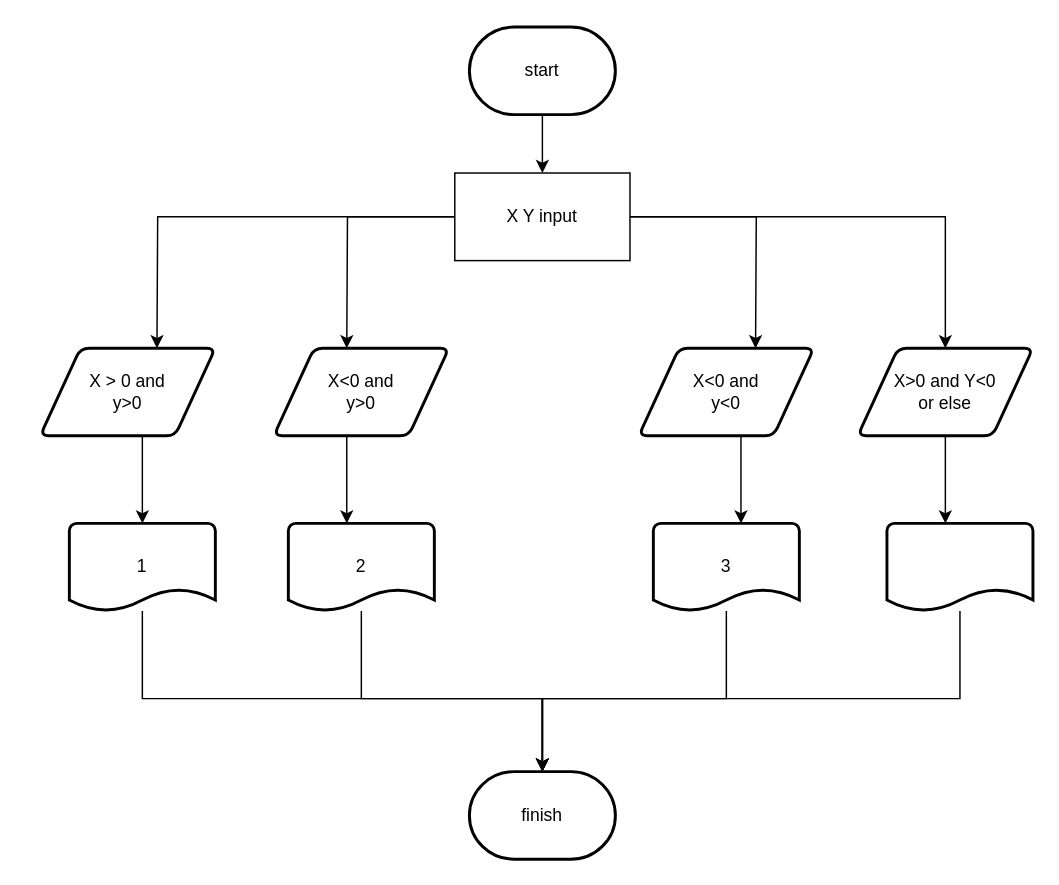
The draw.io diagram stage/02_conditional/14681.drawio in Gyeongrok-Oh/boj, before the edit. Source tidied: cells renumbered, new cells numbered last; positions are measured from the earlier drawing's top-left corner, leaving out a move shared by most shapes. Both pictures are drawn from the tidied source at 146%, with x=0, y=0 at pixel (39, 26).
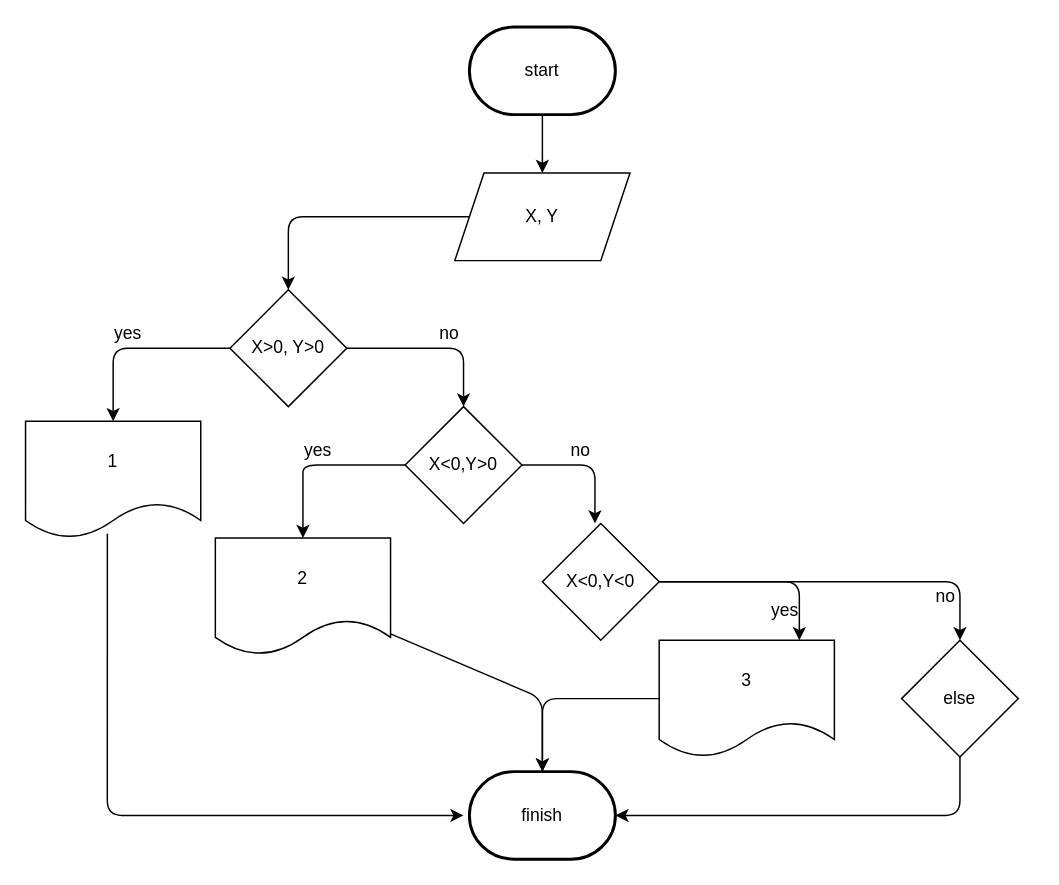
The same diagram, later.

Unchanged cells that the change refers to:
```xml
<mxCell id="3" value="start" style="strokeWidth=2;html=1;shape=mxgraph.flowchart.terminator;whiteSpace=wrap;" parent="1" vertex="1">
  <mxGeometry x="294" width="100" height="60" as="geometry" />
</mxCell>
```

The edit, as a diff of the source:
```diff
@@
-    <mxCell id="2" style="edgeStyle=orthogonalEdgeStyle;rounded=0;jettySize=auto;html=1;entryX=0.5;entryY=0;entryDx=0;entryDy=0;" parent="1" edge="1" source="3" target="8">
-      <mxGeometry relative="1" as="geometry" />
+    <mxCell id="2" style="edgeStyle=orthogonalEdgeStyle;rounded=0;jettySize=auto;html=1;entryX=0.5;entryY=0;entryDx=0;entryDy=0;" parent="1" edge="1" source="3">
+      <mxGeometry relative="1" as="geometry">
+        <mxPoint x="344" y="100" as="targetPoint" />
+      </mxGeometry>
     </mxCell>
@@
-    <mxCell id="4" style="edgeStyle=orthogonalEdgeStyle;rounded=0;jettySize=auto;html=1;" parent="1" edge="1" source="8">
-      <mxGeometry relative="1" as="geometry">
-        <mxPoint x="80" y="220" as="targetPoint" />
-      </mxGeometry>
-    </mxCell>
-    <mxCell id="5" style="edgeStyle=orthogonalEdgeStyle;rounded=0;jettySize=auto;html=1;" parent="1" edge="1" source="8">
-      <mxGeometry relative="1" as="geometry">
-        <mxPoint x="210" y="220" as="targetPoint" />
-      </mxGeometry>
-    </mxCell>
-    <mxCell id="6" style="edgeStyle=orthogonalEdgeStyle;rounded=0;jettySize=auto;html=1;" parent="1" edge="1" source="8">
-      <mxGeometry relative="1" as="geometry">
-        <mxPoint x="620" y="220" as="targetPoint" />
-        <Array as="points">
-          <mxPoint x="620" y="130" />
-          <mxPoint x="620" y="220" />
-        </Array>
-      </mxGeometry>
-    </mxCell>
-    <mxCell id="7" style="edgeStyle=orthogonalEdgeStyle;rounded=0;jettySize=auto;html=1;" parent="1" edge="1" source="8">
-      <mxGeometry relative="1" as="geometry">
-        <mxPoint x="490" y="220" as="targetPoint" />
-      </mxGeometry>
-    </mxCell>
-    <mxCell id="8" value="X Y input" style="rounded=0;whiteSpace=wrap;html=1;" parent="1" vertex="1">
-      <mxGeometry x="284" y="100" width="120" height="60" as="geometry" />
-    </mxCell>
-    <mxCell id="9" style="edgeStyle=orthogonalEdgeStyle;rounded=0;jettySize=auto;html=1;" parent="1" edge="1" source="10">
-      <mxGeometry relative="1" as="geometry">
-        <mxPoint x="70" y="340" as="targetPoint" />
-        <Array as="points">
-          <mxPoint x="70" y="300" />
-          <mxPoint x="70" y="300" />
-        </Array>
-      </mxGeometry>
-    </mxCell>
-    <mxCell id="10" value="X &amp;gt; 0 and&lt;br&gt;y&amp;gt;0" style="shape=parallelogram;html=1;strokeWidth=2;perimeter=parallelogramPerimeter;whiteSpace=wrap;rounded=1;arcSize=12;size=0.23;" parent="1" vertex="1">
-      <mxGeometry y="220" width="120" height="60" as="geometry" />
-    </mxCell>
-    <mxCell id="11" style="edgeStyle=orthogonalEdgeStyle;rounded=0;jettySize=auto;html=1;" parent="1" edge="1" source="12">
-      <mxGeometry relative="1" as="geometry">
-        <mxPoint x="210" y="340" as="targetPoint" />
-        <Array as="points">
-          <mxPoint x="210" y="300" />
-          <mxPoint x="210" y="300" />
-        </Array>
-      </mxGeometry>
-    </mxCell>
-    <mxCell id="12" value="X&amp;lt;0 and&lt;br&gt;y&amp;gt;0" style="shape=parallelogram;html=1;strokeWidth=2;perimeter=parallelogramPerimeter;whiteSpace=wrap;rounded=1;arcSize=12;size=0.23;" parent="1" vertex="1">
-      <mxGeometry x="160" y="220" width="120" height="60" as="geometry" />
-    </mxCell>
-    <mxCell id="13" style="edgeStyle=orthogonalEdgeStyle;rounded=0;orthogonalLoop=1;jettySize=auto;html=1;" parent="1" edge="1">
-      <mxGeometry relative="1" as="geometry">
-        <mxPoint x="480" y="280" as="sourcePoint" />
-        <mxPoint x="480" y="340" as="targetPoint" />
-      </mxGeometry>
-    </mxCell>
-    <mxCell id="14" style="edgeStyle=orthogonalEdgeStyle;rounded=0;jettySize=auto;html=1;" parent="1" edge="1" source="15">
-      <mxGeometry relative="1" as="geometry">
-        <mxPoint x="620" y="340" as="targetPoint" />
-      </mxGeometry>
-    </mxCell>
-    <mxCell id="15" value="X&amp;gt;0 and Y&amp;lt;0&lt;br&gt;or else" style="shape=parallelogram;html=1;strokeWidth=2;perimeter=parallelogramPerimeter;whiteSpace=wrap;rounded=1;arcSize=12;size=0.23;" parent="1" vertex="1">
-      <mxGeometry x="560" y="220" width="120" height="60" as="geometry" />
-    </mxCell>
-    <mxCell id="16" style="edgeStyle=orthogonalEdgeStyle;rounded=0;jettySize=auto;html=1;" parent="1" edge="1" source="17" target="24">
-      <mxGeometry relative="1" as="geometry">
-        <Array as="points">
-          <mxPoint x="70" y="460" />
-          <mxPoint x="344" y="460" />
-        </Array>
-      </mxGeometry>
-    </mxCell>
+    <mxCell id="24" value="finish" style="strokeWidth=2;html=1;shape=mxgraph.flowchart.terminator;whiteSpace=wrap;" parent="1" vertex="1">
+      <mxGeometry x="294" y="510" width="100" height="60" as="geometry" />
+    </mxCell>
+    <mxCell id="26" style="edgeStyle=none;html=1;" parent="1" edge="1" source="27">
+      <mxGeometry relative="1" as="geometry">
+        <mxPoint x="170" y="180" as="targetPoint" />
+        <Array as="points">
+          <mxPoint x="170" y="130" />
+        </Array>
+      </mxGeometry>
+    </mxCell>
+    <mxCell id="27" value="X, Y" style="shape=parallelogram;perimeter=parallelogramPerimeter;whiteSpace=wrap;html=1;fixedSize=1;" parent="1" vertex="1">
+      <mxGeometry x="284" y="100" width="120" height="60" as="geometry" />
+    </mxCell>
+    <mxCell id="28" style="edgeStyle=none;html=1;entryX=0.5;entryY=0;entryDx=0;entryDy=0;" parent="1" edge="1" source="30" target="17">
+      <mxGeometry relative="1" as="geometry">
+        <Array as="points">
+          <mxPoint x="50" y="220" />
+        </Array>
+      </mxGeometry>
+    </mxCell>
+    <mxCell id="29" style="edgeStyle=none;html=1;" parent="1" edge="1" source="30">
+      <mxGeometry relative="1" as="geometry">
+        <mxPoint x="290" y="260" as="targetPoint" />
+        <Array as="points">
+          <mxPoint x="290" y="220" />
+        </Array>
+      </mxGeometry>
+    </mxCell>
+    <mxCell id="30" value="X&amp;gt;0, Y&amp;gt;0" style="rhombus;whiteSpace=wrap;html=1;" parent="1" vertex="1">
+      <mxGeometry x="130" y="180" width="80" height="80" as="geometry" />
+    </mxCell>
+    <mxCell id="31" style="edgeStyle=none;html=1;exitX=0.467;exitY=0.963;exitDx=0;exitDy=0;exitPerimeter=0;" parent="1" edge="1" source="17">
+      <mxGeometry relative="1" as="geometry">
+        <mxPoint x="290" y="540" as="targetPoint" />
+        <Array as="points">
+          <mxPoint x="46" y="540" />
+        </Array>
+      </mxGeometry>
+    </mxCell>
-    <mxCell id="17" value="1" style="strokeWidth=2;html=1;shape=mxgraph.flowchart.document2;whiteSpace=wrap;size=0.25;" parent="1" vertex="1">
-      <mxGeometry x="20" y="340" width="100" height="60" as="geometry" />
+    <mxCell id="17" value="1" style="shape=document;whiteSpace=wrap;html=1;boundedLbl=1;" parent="1" vertex="1">
+      <mxGeometry x="-10" y="270" width="120" height="80" as="geometry" />
     </mxCell>
+    <mxCell id="32" style="edgeStyle=none;html=1;" parent="1" edge="1" source="34">
+      <mxGeometry relative="1" as="geometry">
+        <mxPoint x="180" y="350" as="targetPoint" />
+        <Array as="points">
+          <mxPoint x="180" y="300" />
+          <mxPoint x="180" y="310" />
+        </Array>
+      </mxGeometry>
+    </mxCell>
+    <mxCell id="33" style="edgeStyle=none;html=1;" parent="1" edge="1" source="34">
+      <mxGeometry relative="1" as="geometry">
+        <mxPoint x="380" y="340" as="targetPoint" />
+        <Array as="points">
+          <mxPoint x="380" y="300" />
+        </Array>
+      </mxGeometry>
+    </mxCell>
+    <mxCell id="34" value="X&amp;lt;0,Y&amp;gt;0" style="rhombus;whiteSpace=wrap;html=1;" parent="1" vertex="1">
+      <mxGeometry x="250" y="260" width="80" height="80" as="geometry" />
+    </mxCell>
-    <mxCell id="18" style="edgeStyle=orthogonalEdgeStyle;rounded=0;jettySize=auto;html=1;entryX=0.5;entryY=0;entryDx=0;entryDy=0;entryPerimeter=0;" parent="1" edge="1" source="19" target="24">
+    <mxCell id="18" style="edgeStyle=none;html=1;entryX=0.5;entryY=0;entryDx=0;entryDy=0;entryPerimeter=0;" parent="1" edge="1" source="19" target="24">
       <mxGeometry relative="1" as="geometry">
         <Array as="points">
-          <mxPoint x="220" y="460" />
           <mxPoint x="344" y="460" />
         </Array>
       </mxGeometry>
     </mxCell>
-    <mxCell id="19" value="2" style="strokeWidth=2;html=1;shape=mxgraph.flowchart.document2;whiteSpace=wrap;size=0.25;" parent="1" vertex="1">
-      <mxGeometry x="170" y="340" width="100" height="60" as="geometry" />
+    <mxCell id="19" value="2" style="shape=document;whiteSpace=wrap;html=1;boundedLbl=1;" parent="1" vertex="1">
+      <mxGeometry x="120" y="350" width="120" height="80" as="geometry" />
     </mxCell>
+    <mxCell id="35" style="edgeStyle=none;html=1;" parent="1" edge="1" source="37">
+      <mxGeometry relative="1" as="geometry">
+        <mxPoint x="520" y="420" as="targetPoint" />
+        <Array as="points">
+          <mxPoint x="520" y="380" />
+          <mxPoint x="520" y="410" />
+        </Array>
+      </mxGeometry>
+    </mxCell>
+    <mxCell id="36" style="edgeStyle=none;html=1;entryX=0.5;entryY=0;entryDx=0;entryDy=0;" parent="1" edge="1" source="37" target="39">
+      <mxGeometry relative="1" as="geometry">
+        <Array as="points">
+          <mxPoint x="630" y="380" />
+        </Array>
+      </mxGeometry>
+    </mxCell>
+    <mxCell id="37" value="X&amp;lt;0,Y&amp;lt;0" style="rhombus;whiteSpace=wrap;html=1;" parent="1" vertex="1">
+      <mxGeometry x="344" y="340" width="80" height="80" as="geometry" />
+    </mxCell>
-    <mxCell id="20" style="edgeStyle=orthogonalEdgeStyle;rounded=0;jettySize=auto;html=1;entryX=0.5;entryY=0;entryDx=0;entryDy=0;entryPerimeter=0;" parent="1" edge="1" source="21" target="24">
+    <mxCell id="20" style="edgeStyle=none;html=1;entryX=0.5;entryY=0;entryDx=0;entryDy=0;entryPerimeter=0;" parent="1" edge="1" source="21" target="24">
       <mxGeometry relative="1" as="geometry">
         <Array as="points">
-          <mxPoint x="470" y="460" />
           <mxPoint x="344" y="460" />
         </Array>
       </mxGeometry>
     </mxCell>
-    <mxCell id="21" value="3" style="strokeWidth=2;html=1;shape=mxgraph.flowchart.document2;whiteSpace=wrap;size=0.25;" parent="1" vertex="1">
-      <mxGeometry x="420" y="340" width="100" height="60" as="geometry" />
+    <mxCell id="21" value="3" style="shape=document;whiteSpace=wrap;html=1;boundedLbl=1;" parent="1" vertex="1">
+      <mxGeometry x="424" y="420" width="120" height="80" as="geometry" />
     </mxCell>
-    <mxCell id="22" style="edgeStyle=orthogonalEdgeStyle;rounded=0;jettySize=auto;html=1;entryX=0.5;entryY=0;entryDx=0;entryDy=0;entryPerimeter=0;" parent="1" edge="1" source="23" target="24">
-      <mxGeometry relative="1" as="geometry">
-        <Array as="points">
-          <mxPoint x="630" y="460" />
-          <mxPoint x="344" y="460" />
-        </Array>
-      </mxGeometry>
-    </mxCell>
-    <mxCell id="23" style="strokeWidth=2;html=1;shape=mxgraph.flowchart.document2;whiteSpace=wrap;size=0.25;" parent="1" vertex="1">
-      <mxGeometry x="580" y="340" width="100" height="60" as="geometry" />
-    </mxCell>
-    <mxCell id="24" value="finish" style="strokeWidth=2;html=1;shape=mxgraph.flowchart.terminator;whiteSpace=wrap;" parent="1" vertex="1">
-      <mxGeometry x="294" y="510" width="100" height="60" as="geometry" />
-    </mxCell>
-    <mxCell id="25" value="X&amp;lt;0 and&lt;br&gt;y&amp;lt;0" style="shape=parallelogram;html=1;strokeWidth=2;perimeter=parallelogramPerimeter;whiteSpace=wrap;rounded=1;arcSize=12;size=0.23;" parent="1" vertex="1">
-      <mxGeometry x="410" y="220" width="120" height="60" as="geometry" />
-    </mxCell>
+    <mxCell id="38" style="edgeStyle=none;html=1;entryX=1;entryY=0.5;entryDx=0;entryDy=0;entryPerimeter=0;" parent="1" edge="1" source="39" target="24">
+      <mxGeometry relative="1" as="geometry">
+        <Array as="points">
+          <mxPoint x="630" y="540" />
+        </Array>
+      </mxGeometry>
+    </mxCell>
+    <mxCell id="39" value="else" style="rhombus;whiteSpace=wrap;html=1;" parent="1" vertex="1">
+      <mxGeometry x="590" y="420" width="80" height="80" as="geometry" />
+    </mxCell>
+    <mxCell id="40" value="yes" style="text;html=1;align=center;verticalAlign=middle;strokeColor=none;fillColor=none;" parent="1" vertex="1">
+      <mxGeometry x="45" y="200" width="30" height="20" as="geometry" />
+    </mxCell>
+    <mxCell id="41" value="no" style="text;html=1;align=center;verticalAlign=middle;strokeColor=none;fillColor=none;" parent="1" vertex="1">
+      <mxGeometry x="265" y="200" width="30" height="20" as="geometry" />
+    </mxCell>
+    <mxCell id="42" value="yes" style="text;html=1;align=center;verticalAlign=middle;strokeColor=none;fillColor=none;" parent="1" vertex="1">
+      <mxGeometry x="175" y="280" width="30" height="20" as="geometry" />
+    </mxCell>
+    <mxCell id="43" value="no" style="text;html=1;align=center;verticalAlign=middle;strokeColor=none;fillColor=none;" parent="1" vertex="1">
+      <mxGeometry x="355" y="280" width="30" height="20" as="geometry" />
+    </mxCell>
+    <mxCell id="44" value="yes" style="text;html=1;align=center;verticalAlign=middle;strokeColor=none;fillColor=none;" parent="1" vertex="1">
+      <mxGeometry x="495" y="390" width="30" height="20" as="geometry" />
+    </mxCell>
+    <mxCell id="45" value="no" style="text;html=1;align=center;verticalAlign=middle;strokeColor=none;fillColor=none;" parent="1" vertex="1">
+      <mxGeometry x="605" y="380" width="30" height="20" as="geometry" />
+    </mxCell>
```
